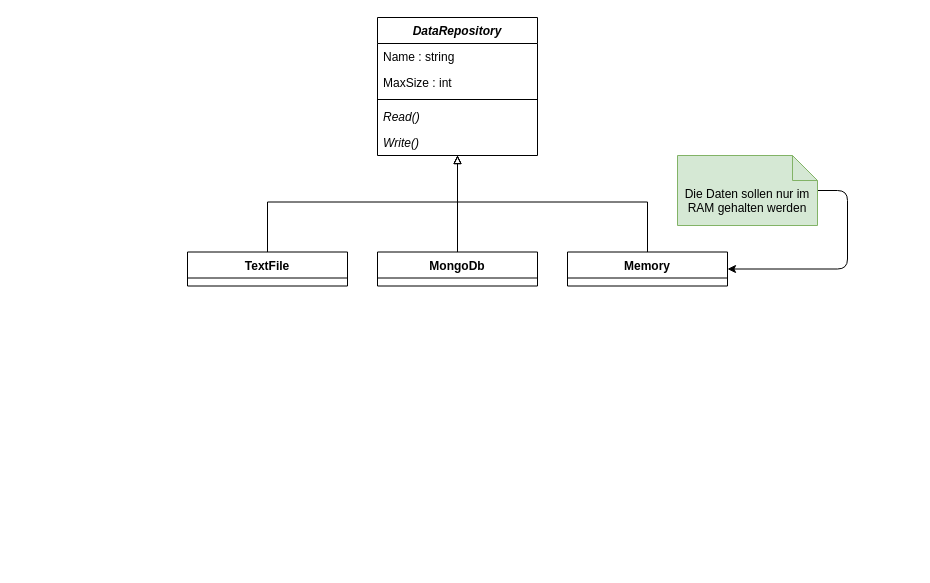
Earlier version of the draw.io diagram page "Repositories_Interfaces" (6 of 6) of src/20201119/Anforderungen_Diagramme.drawio (atillakati/sw_developer_2020_Atilla). Source tidied: cells renumbered, new cells numbered last; positions are measured from the earlier drawing's top-left corner, leaving out a move shared by most shapes. Both pictures are drawn from the tidied source at 100%, with x=0, y=0 at pixel (187, 17).
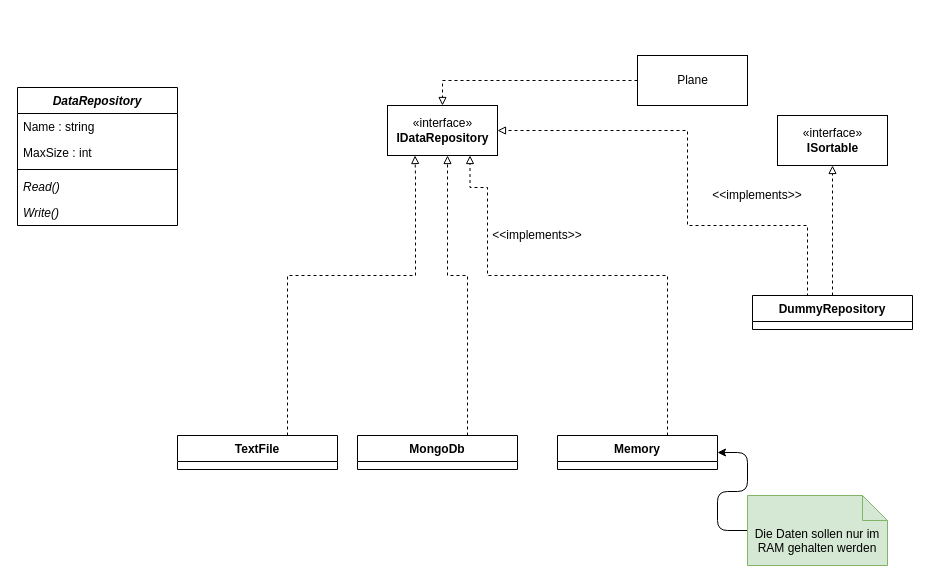
After the change.

Change to the diagram source:
```diff
@@
     <mxCell id="2" value="DataRepository" style="swimlane;fontStyle=3;align=center;verticalAlign=top;horizontal=1;startSize=26;" parent="1" vertex="1">
-      <mxGeometry x="190" width="160" height="138" as="geometry" />
+      <mxGeometry x="-170" y="70" width="160" height="138" as="geometry" />
     </mxCell>
@@
-    <mxCell id="8" style="edgeStyle=orthogonalEdgeStyle;rounded=0;jettySize=auto;html=1;endArrow=block;endFill=0;" parent="1" edge="1" source="9" target="2">
-      <mxGeometry relative="1" as="geometry">
-        <Array as="points">
-          <mxPoint x="80" y="184.5" />
-          <mxPoint x="270" y="184.5" />
-        </Array>
-      </mxGeometry>
-    </mxCell>
+    <mxCell id="16" style="edgeStyle=orthogonalEdgeStyle;rounded=0;jettySize=auto;html=1;dashed=1;endArrow=block;endFill=0;entryX=0.25;entryY=1;entryDx=0;entryDy=0;" parent="1" edge="1" source="9" target="24">
+      <mxGeometry relative="1" as="geometry">
+        <Array as="points">
+          <mxPoint x="100" y="258" />
+          <mxPoint x="228" y="258" />
+          <mxPoint x="228" y="158" />
+          <mxPoint x="228" y="158" />
+        </Array>
+      </mxGeometry>
+    </mxCell>
     <mxCell id="9" value="TextFile" style="swimlane;fontStyle=1;align=center;verticalAlign=top;horizontal=1;startSize=26;" parent="1" vertex="1">
-      <mxGeometry y="234.5" width="160" height="34" as="geometry" />
+      <mxGeometry x="-10" y="418" width="160" height="34" as="geometry" />
     </mxCell>
-    <mxCell id="10" style="edgeStyle=orthogonalEdgeStyle;rounded=0;jettySize=auto;html=1;endArrow=block;endFill=0;" parent="1" edge="1" source="11" target="2">
-      <mxGeometry relative="1" as="geometry" />
-    </mxCell>
+    <mxCell id="17" style="edgeStyle=orthogonalEdgeStyle;rounded=0;jettySize=auto;html=1;dashed=1;endArrow=block;endFill=0;" parent="1" edge="1" source="11" target="24">
+      <mxGeometry relative="1" as="geometry">
+        <Array as="points">
+          <mxPoint x="280" y="258" />
+          <mxPoint x="260" y="258" />
+        </Array>
+      </mxGeometry>
+    </mxCell>
     <mxCell id="11" value="MongoDb" style="swimlane;fontStyle=1;align=center;verticalAlign=top;horizontal=1;startSize=26;" parent="1" vertex="1">
-      <mxGeometry x="190" y="234.5" width="160" height="34" as="geometry" />
+      <mxGeometry x="170" y="418" width="160" height="34" as="geometry" />
     </mxCell>
-    <mxCell id="12" style="edgeStyle=orthogonalEdgeStyle;rounded=0;jettySize=auto;html=1;endArrow=block;endFill=0;" parent="1" edge="1" source="13" target="2">
-      <mxGeometry relative="1" as="geometry">
-        <Array as="points">
-          <mxPoint x="460" y="184.5" />
-          <mxPoint x="270" y="184.5" />
-        </Array>
-      </mxGeometry>
-    </mxCell>
+    <mxCell id="18" style="edgeStyle=orthogonalEdgeStyle;rounded=0;jettySize=auto;html=1;entryX=1;entryY=0.5;entryDx=0;entryDy=0;endArrow=block;endFill=0;dashed=1;exitX=0.5;exitY=0;exitDx=0;exitDy=0;" parent="1" edge="1" source="22" target="24">
+      <mxGeometry relative="1" as="geometry">
+        <Array as="points">
+          <mxPoint x="620" y="278" />
+          <mxPoint x="620" y="208" />
+          <mxPoint x="500" y="208" />
+          <mxPoint x="500" y="113" />
+        </Array>
+      </mxGeometry>
+    </mxCell>
+    <mxCell id="19" style="edgeStyle=orthogonalEdgeStyle;rounded=0;jettySize=auto;html=1;dashed=1;endArrow=block;endFill=0;entryX=0.75;entryY=1;entryDx=0;entryDy=0;" parent="1" edge="1" source="13" target="24">
+      <mxGeometry relative="1" as="geometry">
+        <Array as="points">
+          <mxPoint x="480" y="258" />
+          <mxPoint x="300" y="258" />
+          <mxPoint x="300" y="170" />
+          <mxPoint x="283" y="170" />
+        </Array>
+      </mxGeometry>
+    </mxCell>
     <mxCell id="13" value="Memory" style="swimlane;fontStyle=1;align=center;verticalAlign=top;horizontal=1;startSize=26;" parent="1" vertex="1">
-      <mxGeometry x="380" y="234.5" width="160" height="34" as="geometry" />
+      <mxGeometry x="370" y="418" width="160" height="34" as="geometry" />
     </mxCell>
@@
     <mxCell id="15" value="Die Daten sollen nur im RAM gehalten werden" style="shape=note2;boundedLbl=1;whiteSpace=wrap;html=1;size=25;verticalAlign=top;align=center;fillColor=#d5e8d4;strokeColor=#82b366;" parent="1" vertex="1">
-      <mxGeometry x="490" y="138" width="140" height="70" as="geometry" />
+      <mxGeometry x="560" y="478" width="140" height="70" as="geometry" />
     </mxCell>
+    <mxCell id="20" value="&amp;lt;&amp;lt;implements&amp;gt;&amp;gt;" style="text;html=1;strokeColor=none;fillColor=none;align=center;verticalAlign=middle;whiteSpace=wrap;rounded=0;" parent="1" vertex="1">
+      <mxGeometry x="520" y="168" width="100" height="20" as="geometry" />
+    </mxCell>
+    <mxCell id="21" style="edgeStyle=orthogonalEdgeStyle;rounded=0;jettySize=auto;html=1;entryX=0.5;entryY=1;entryDx=0;entryDy=0;endArrow=block;endFill=0;dashed=1;" parent="1" edge="1" source="22" target="23">
+      <mxGeometry relative="1" as="geometry">
+        <Array as="points">
+          <mxPoint x="645" y="238" />
+          <mxPoint x="645" y="238" />
+        </Array>
+      </mxGeometry>
+    </mxCell>
+    <mxCell id="22" value="DummyRepository" style="swimlane;fontStyle=1;align=center;verticalAlign=top;horizontal=1;startSize=26;" parent="1" vertex="1">
+      <mxGeometry x="565" y="278" width="160" height="34" as="geometry" />
+    </mxCell>
+    <mxCell id="23" value="«interface»&lt;br&gt;&lt;b&gt;ISortable&lt;/b&gt;" style="html=1;" parent="1" vertex="1">
+      <mxGeometry x="590" y="98" width="110" height="50" as="geometry" />
+    </mxCell>
+    <mxCell id="24" value="«interface»&lt;br&gt;&lt;b&gt;IDataRepository&lt;/b&gt;" style="html=1;" parent="1" vertex="1">
+      <mxGeometry x="200" y="88" width="110" height="50" as="geometry" />
+    </mxCell>
+    <mxCell id="25" style="edgeStyle=orthogonalEdgeStyle;rounded=0;jettySize=auto;html=1;entryX=0.5;entryY=0;entryDx=0;entryDy=0;dashed=1;endArrow=block;endFill=0;" parent="1" edge="1" source="26" target="24">
+      <mxGeometry relative="1" as="geometry" />
+    </mxCell>
+    <mxCell id="26" value="Plane" style="html=1;" parent="1" vertex="1">
+      <mxGeometry x="450" y="38" width="110" height="50" as="geometry" />
+    </mxCell>
+    <mxCell id="27" value="&amp;lt;&amp;lt;implements&amp;gt;&amp;gt;" style="text;html=1;strokeColor=none;fillColor=none;align=center;verticalAlign=middle;whiteSpace=wrap;rounded=0;" parent="1" vertex="1">
+      <mxGeometry x="300" y="208" width="100" height="20" as="geometry" />
+    </mxCell>
```
